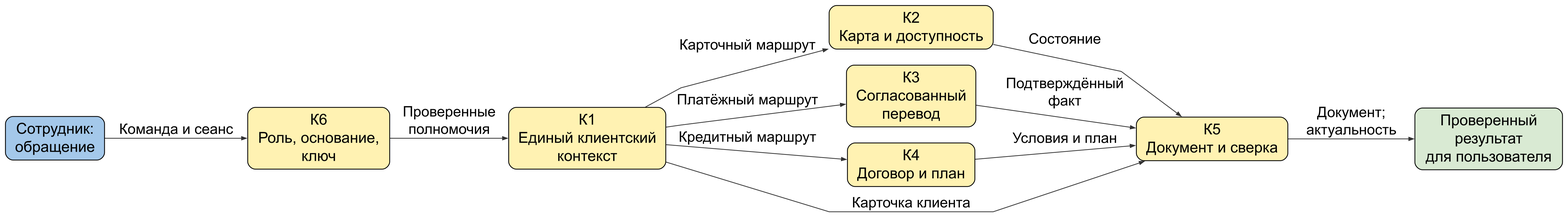
This is figures/G2_functioning.png from qwertyvich/IT-project, a Graphviz export, as it was before one commit. Its source is kept beside it as figures/G2_functioning.dot.
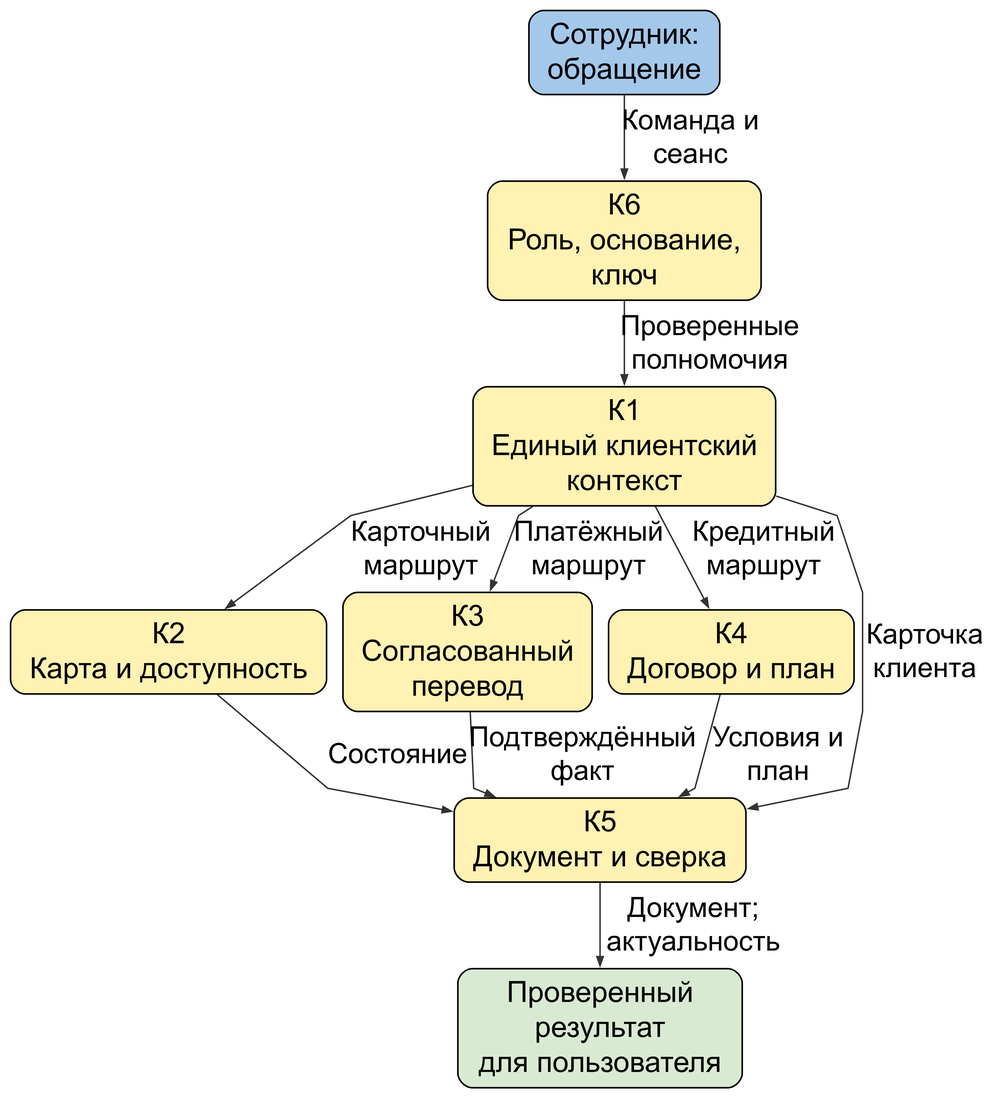
Later version of the same file.

Change to the diagram source:
```diff
@@ -1,7 +1,8 @@
 digraph G2_functioning {
-graph [rankdir=LR, bgcolor="white", pad=.12, nodesep=.35, ranksep=.65, splines=polyline, outputorder=edgesfirst];
+graph [rankdir=TB, bgcolor="white", pad=.12, nodesep=.35, ranksep=.65, splines=polyline, outputorder=edgesfirst];
 node [fontname="Arial", fontsize=24, margin=".12,.08", penwidth=1.3];
 edge [fontname="Arial", fontsize=23, color="#333333", penwidth=1.2, arrowsize=.75];
+graph [nodesep=.2, ranksep=.2];
 "e" [label="Сотрудник:\nобращение", shape="box", style="rounded,filled", fillcolor="#A4C8EA", width="2.181"];
 "ctx" [label="К1\nЕдиный клиентский\nконтекст", shape="box", style="rounded,filled", fillcolor="#FFF2B2", width="3.458"];
 "trust" [label="К6\nРоль, основание,\nключ", shape="box", style="rounded,filled", fillcolor="#FFF2B2", width="3.125"];
@@ -10,14 +11,14 @@
 "loan" [label="К4\nДоговор и план", shape="box", style="rounded,filled", fillcolor="#FFF2B2", width="2.805"];
 "control" [label="К5\nДокумент и сверка", shape="box", style="rounded,filled", fillcolor="#FFF2B2", width="3.334"];
 "done" [label="Проверенный\nрезультат\nдля пользователя", shape="box", style="rounded,filled", fillcolor="#D9EAD3", width="3.249"];
-e -> trust [label="Команда и сеанс"];
+e -> trust [label="Команда и\nсеанс"];
 trust -> ctx [label="Проверенные\nполномочия"];
-ctx -> card [label="Карточный маршрут"];
-ctx -> tr [label="Платёжный маршрут"];
-ctx -> loan [label="Кредитный маршрут"];
-ctx -> control [label="Карточка клиента"];
+ctx -> card [label="Карточный\nмаршрут"];
+ctx -> tr [label="Платёжный\nмаршрут"];
+ctx -> loan [label="Кредитный\nмаршрут"];
+ctx -> control [label="Карточка\nклиента"];
 card -> control [label="Состояние"];
 tr -> control [label="Подтверждённый\nфакт"];
-loan -> control [label="Условия и план"];
+loan -> control [label="Условия и\nплан"];
 control -> done [label="Документ;\nактуальность"];
 }
```
